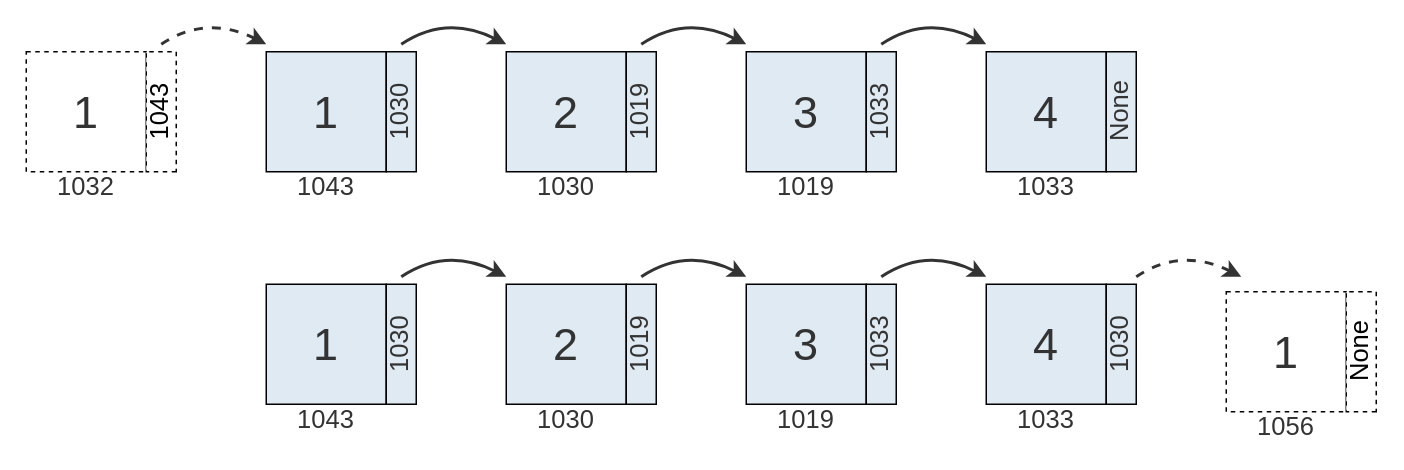
This is page "insercion-inicio" (7 of 11) of teoria/04_estructuras_y_algoritmos/imgs/02/lista_enlazada.drawio from ee-unr/programacion-2, a draw.io file, before an edit. Source tidied: cells renumbered, new cells numbered last; positions are measured from the earlier drawing's top-left corner, leaving out a move shared by most shapes. Both pictures are drawn from the tidied source at 150%, with x=0, y=0 at pixel (26, 14).
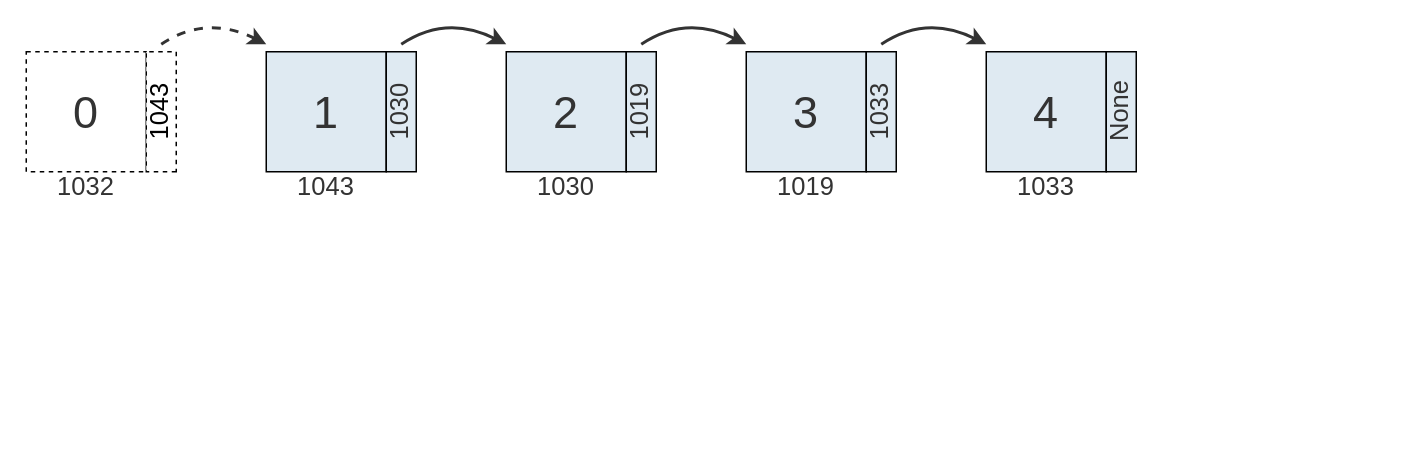
The same page after the edit.

Unchanged cells that the change refers to:
```xml
<mxCell id="26" style="group;fontFamily=Cascadia Code;" parent="25" vertex="1">
  <mxGeometry width="100" height="80" as="geometry" />
</mxCell>
```

The edit, as a diff of the source:
```diff
@@
-    <mxCell id="27" value="&lt;font style=&quot;font-size: 30px; color: light-dark(rgb(51, 51, 51), rgb(51, 51, 51));&quot; face=&quot;Cascadia Code&quot;&gt;1&lt;/font&gt;" style="rounded=0;whiteSpace=wrap;html=1;dashed=1;" parent="26" vertex="1">
+    <mxCell id="27" value="&lt;font style=&quot;font-size: 30px; color: light-dark(rgb(51, 51, 51), rgb(51, 51, 51));&quot; face=&quot;Cascadia Code&quot;&gt;0&lt;/font&gt;" style="rounded=0;whiteSpace=wrap;html=1;dashed=1;" parent="26" vertex="1">
       <mxGeometry width="80" height="80" as="geometry" />
     </mxCell>
@@
-    <mxCell id="31" style="group;" parent="1" vertex="1">
-      <mxGeometry x="160" y="180" width="100" height="100" as="geometry" />
-    </mxCell>
-    <mxCell id="32" style="group;fontFamily=Cascadia Code;" parent="31" vertex="1">
-      <mxGeometry width="100" height="80" as="geometry" />
-    </mxCell>
-    <mxCell id="33" value="&lt;font style=&quot;font-size: 30px; color: light-dark(rgb(51, 51, 51), rgb(51, 51, 51));&quot; face=&quot;Cascadia Code&quot;&gt;1&lt;/font&gt;" style="rounded=0;whiteSpace=wrap;html=1;fillColor=#DFEAF2;" parent="32" vertex="1">
-      <mxGeometry width="80" height="80" as="geometry" />
-    </mxCell>
-    <mxCell id="34" value="1030" style="rounded=0;fillColor=#DFEAF2;textDirection=vertical-rl;rotation=-180;labelPosition=center;verticalLabelPosition=middle;align=center;verticalAlign=middle;labelBackgroundColor=none;labelBorderColor=none;textShadow=0;html=1;whiteSpace=wrap;spacingLeft=0;spacingRight=2;fontFamily=Cascadia Code;fontColor=light-dark(#333333,#333333);fontSize=17;" parent="32" vertex="1">
-      <mxGeometry x="80" width="20" height="80" as="geometry" />
-    </mxCell>
-    <mxCell id="35" value="&lt;font style=&quot;font-size: 17px;&quot;&gt;1043&lt;/font&gt;" style="text;html=1;align=center;verticalAlign=middle;whiteSpace=wrap;rounded=0;fontFamily=Cascadia Code;fontColor=light-dark(#333333,#333333);fontSize=18;" parent="31" vertex="1">
-      <mxGeometry y="80" width="80" height="20" as="geometry" />
-    </mxCell>
-    <mxCell id="36" style="group;" parent="1" vertex="1">
-      <mxGeometry x="320" y="180" width="100" height="100" as="geometry" />
-    </mxCell>
-    <mxCell id="37" style="group;fontFamily=Cascadia Code;" parent="36" vertex="1">
-      <mxGeometry width="100" height="80" as="geometry" />
-    </mxCell>
-    <mxCell id="38" value="&lt;font style=&quot;font-size: 30px; color: light-dark(rgb(51, 51, 51), rgb(51, 51, 51));&quot; face=&quot;Cascadia Code&quot;&gt;2&lt;/font&gt;" style="rounded=0;whiteSpace=wrap;html=1;fillColor=#DFEAF2;" parent="37" vertex="1">
-      <mxGeometry width="80" height="80" as="geometry" />
-    </mxCell>
-    <mxCell id="39" value="1019" style="rounded=0;fillColor=#DFEAF2;textDirection=vertical-rl;rotation=-180;labelPosition=center;verticalLabelPosition=middle;align=center;verticalAlign=middle;labelBackgroundColor=none;labelBorderColor=none;textShadow=0;html=1;whiteSpace=wrap;spacingLeft=0;spacingRight=2;fontFamily=Cascadia Code;fontColor=light-dark(#333333,#333333);fontSize=17;" parent="37" vertex="1">
-      <mxGeometry x="80" width="20" height="80" as="geometry" />
-    </mxCell>
-    <mxCell id="40" value="&lt;font style=&quot;font-size: 17px;&quot;&gt;1030&lt;/font&gt;" style="text;html=1;align=center;verticalAlign=middle;whiteSpace=wrap;rounded=0;fontFamily=Cascadia Code;fontColor=light-dark(#333333,#333333);fontSize=18;" parent="36" vertex="1">
-      <mxGeometry y="80" width="80" height="20" as="geometry" />
-    </mxCell>
-    <mxCell id="41" style="group;" parent="1" vertex="1">
-      <mxGeometry x="480" y="180" width="100" height="100" as="geometry" />
-    </mxCell>
-    <mxCell id="42" style="group;fontFamily=Cascadia Code;" parent="41" vertex="1">
-      <mxGeometry width="100" height="80" as="geometry" />
-    </mxCell>
-    <mxCell id="43" value="&lt;font style=&quot;font-size: 30px; color: light-dark(rgb(51, 51, 51), rgb(51, 51, 51));&quot; face=&quot;Cascadia Code&quot;&gt;3&lt;/font&gt;" style="rounded=0;whiteSpace=wrap;html=1;fillColor=#DFEAF2;" parent="42" vertex="1">
-      <mxGeometry width="80" height="80" as="geometry" />
-    </mxCell>
-    <mxCell id="44" value="1033" style="rounded=0;fillColor=#DFEAF2;textDirection=vertical-rl;rotation=-180;labelPosition=center;verticalLabelPosition=middle;align=center;verticalAlign=middle;labelBackgroundColor=none;labelBorderColor=none;textShadow=0;html=1;whiteSpace=wrap;spacingLeft=0;spacingRight=2;fontFamily=Cascadia Code;fontColor=light-dark(#333333,#333333);fontSize=17;" parent="42" vertex="1">
-      <mxGeometry x="80" width="20" height="80" as="geometry" />
-    </mxCell>
-    <mxCell id="45" value="&lt;font style=&quot;font-size: 17px;&quot;&gt;1019&lt;/font&gt;" style="text;html=1;align=center;verticalAlign=middle;whiteSpace=wrap;rounded=0;fontFamily=Cascadia Code;fontColor=light-dark(#333333,#333333);fontSize=18;" parent="41" vertex="1">
-      <mxGeometry y="80" width="80" height="20" as="geometry" />
-    </mxCell>
-    <mxCell id="46" style="group;" parent="1" vertex="1">
-      <mxGeometry x="640" y="180" width="100" height="100" as="geometry" />
-    </mxCell>
-    <mxCell id="47" style="group;fontFamily=Cascadia Code;" parent="46" vertex="1">
-      <mxGeometry width="100" height="80" as="geometry" />
-    </mxCell>
-    <mxCell id="48" value="&lt;font style=&quot;font-size: 30px; color: light-dark(rgb(51, 51, 51), rgb(51, 51, 51));&quot; face=&quot;Cascadia Code&quot;&gt;4&lt;/font&gt;" style="rounded=0;whiteSpace=wrap;html=1;fillColor=#DFEAF2;" parent="47" vertex="1">
-      <mxGeometry width="80" height="80" as="geometry" />
-    </mxCell>
-    <mxCell id="49" value="1030" style="rounded=0;fillColor=#DFEAF2;textDirection=vertical-rl;rotation=-180;labelPosition=center;verticalLabelPosition=middle;align=center;verticalAlign=middle;labelBackgroundColor=none;labelBorderColor=none;textShadow=0;html=1;whiteSpace=wrap;spacingLeft=0;spacingRight=2;fontFamily=Cascadia Code;fontColor=light-dark(#333333,#333333);fontSize=17;" parent="47" vertex="1">
-      <mxGeometry x="80" width="20" height="80" as="geometry" />
-    </mxCell>
-    <mxCell id="50" value="&lt;font style=&quot;font-size: 17px;&quot;&gt;1033&lt;/font&gt;" style="text;html=1;align=center;verticalAlign=middle;whiteSpace=wrap;rounded=0;fontFamily=Cascadia Code;fontColor=light-dark(#333333,#333333);fontSize=18;" parent="46" vertex="1">
-      <mxGeometry y="80" width="80" height="20" as="geometry" />
-    </mxCell>
-    <mxCell id="51" style="endArrow=classic;html=1;rounded=0;curved=1;strokeWidth=2;strokeColor=#333333;" parent="1" edge="1">
-      <mxGeometry relative="1" as="geometry">
-        <mxPoint x="250" y="175" as="sourcePoint" />
-        <mxPoint x="320" y="175" as="targetPoint" />
-        <Array as="points">
-          <mxPoint x="280" y="155" />
-        </Array>
-      </mxGeometry>
-    </mxCell>
-    <mxCell id="52" style="endArrow=classic;html=1;rounded=0;curved=1;strokeWidth=2;strokeColor=#333333;" parent="1" edge="1">
-      <mxGeometry relative="1" as="geometry">
-        <mxPoint x="410" y="175" as="sourcePoint" />
-        <mxPoint x="480" y="175" as="targetPoint" />
-        <Array as="points">
-          <mxPoint x="440" y="155" />
-        </Array>
-      </mxGeometry>
-    </mxCell>
-    <mxCell id="53" style="endArrow=classic;html=1;rounded=0;curved=1;strokeWidth=2;strokeColor=#333333;" parent="1" edge="1">
-      <mxGeometry relative="1" as="geometry">
-        <mxPoint x="570" y="175" as="sourcePoint" />
-        <mxPoint x="640" y="175" as="targetPoint" />
-        <Array as="points">
-          <mxPoint x="600" y="155" />
-        </Array>
-      </mxGeometry>
-    </mxCell>
-    <mxCell id="54" style="group;" parent="1" vertex="1">
-      <mxGeometry x="800" y="185" width="100" height="100" as="geometry" />
-    </mxCell>
-    <mxCell id="55" style="group;fontFamily=Cascadia Code;" parent="54" vertex="1">
-      <mxGeometry width="100" height="80" as="geometry" />
-    </mxCell>
-    <mxCell id="56" value="&lt;font style=&quot;font-size: 30px; color: light-dark(rgb(51, 51, 51), rgb(51, 51, 51));&quot; face=&quot;Cascadia Code&quot;&gt;1&lt;/font&gt;" style="rounded=0;whiteSpace=wrap;html=1;dashed=1;" parent="55" vertex="1">
-      <mxGeometry width="80" height="80" as="geometry" />
-    </mxCell>
-    <mxCell id="57" value="None" style="rounded=0;textDirection=vertical-rl;rotation=-180;labelPosition=center;verticalLabelPosition=middle;align=center;verticalAlign=middle;labelBackgroundColor=none;labelBorderColor=none;textShadow=0;html=1;whiteSpace=wrap;spacingLeft=0;spacingRight=2;fontFamily=Cascadia Code;fontSize=17;dashed=1;" parent="55" vertex="1">
-      <mxGeometry x="80" width="20" height="80" as="geometry" />
-    </mxCell>
-    <mxCell id="58" value="&lt;font style=&quot;font-size: 17px;&quot;&gt;1056&lt;/font&gt;" style="text;html=1;align=center;verticalAlign=middle;whiteSpace=wrap;rounded=0;fontFamily=Cascadia Code;fontColor=light-dark(#333333,#333333);fontSize=18;" parent="54" vertex="1">
-      <mxGeometry y="80" width="80" height="20" as="geometry" />
-    </mxCell>
-    <mxCell id="59" style="endArrow=classic;html=1;rounded=0;curved=1;strokeWidth=2;strokeColor=#333333;dashed=1;" parent="1" edge="1">
-      <mxGeometry relative="1" as="geometry">
-        <mxPoint x="740" y="175" as="sourcePoint" />
-        <mxPoint x="810" y="175" as="targetPoint" />
-        <Array as="points">
-          <mxPoint x="770" y="155" />
-        </Array>
-      </mxGeometry>
-    </mxCell>
```
